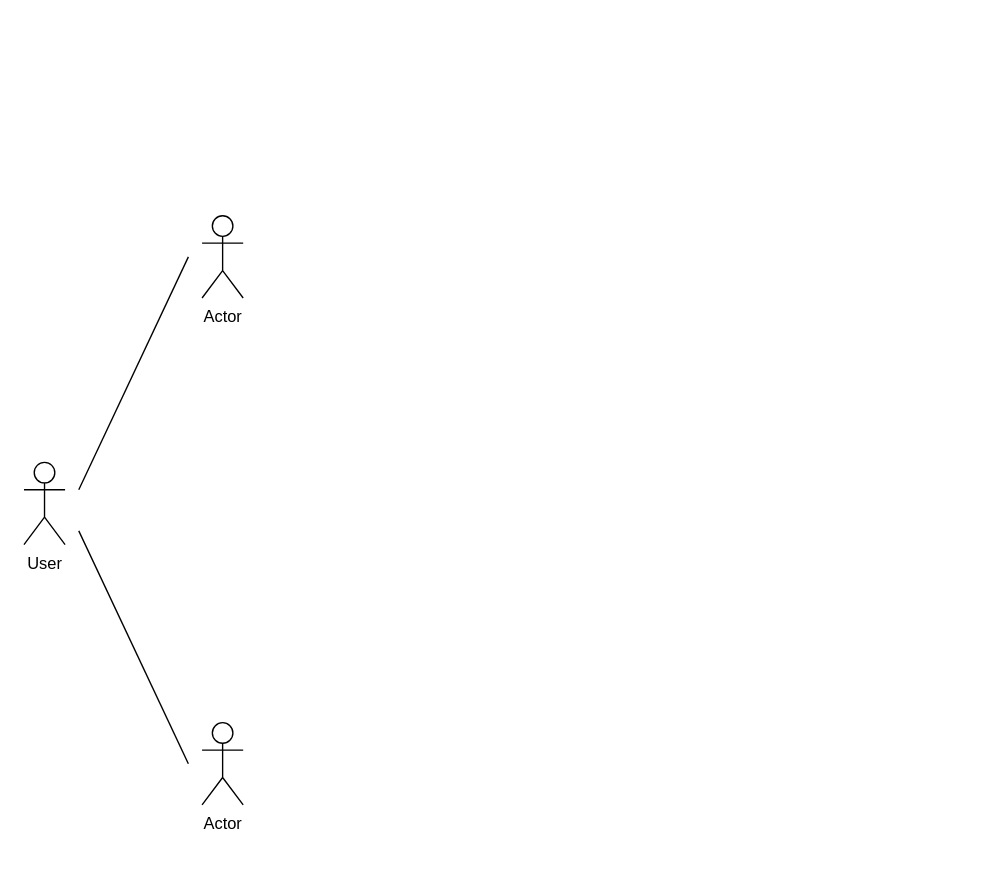
Before: design.drawio in Inco9nit0/Parental-Lock-System-Project-FYP-, a draw.io diagram. Source tidied: cells renumbered, new cells numbered last; positions are measured from the earlier drawing's top-left corner, leaving out a move shared by most shapes. Both pictures are drawn from the tidied source at 137%, with x=0, y=0 at pixel (23, 215).
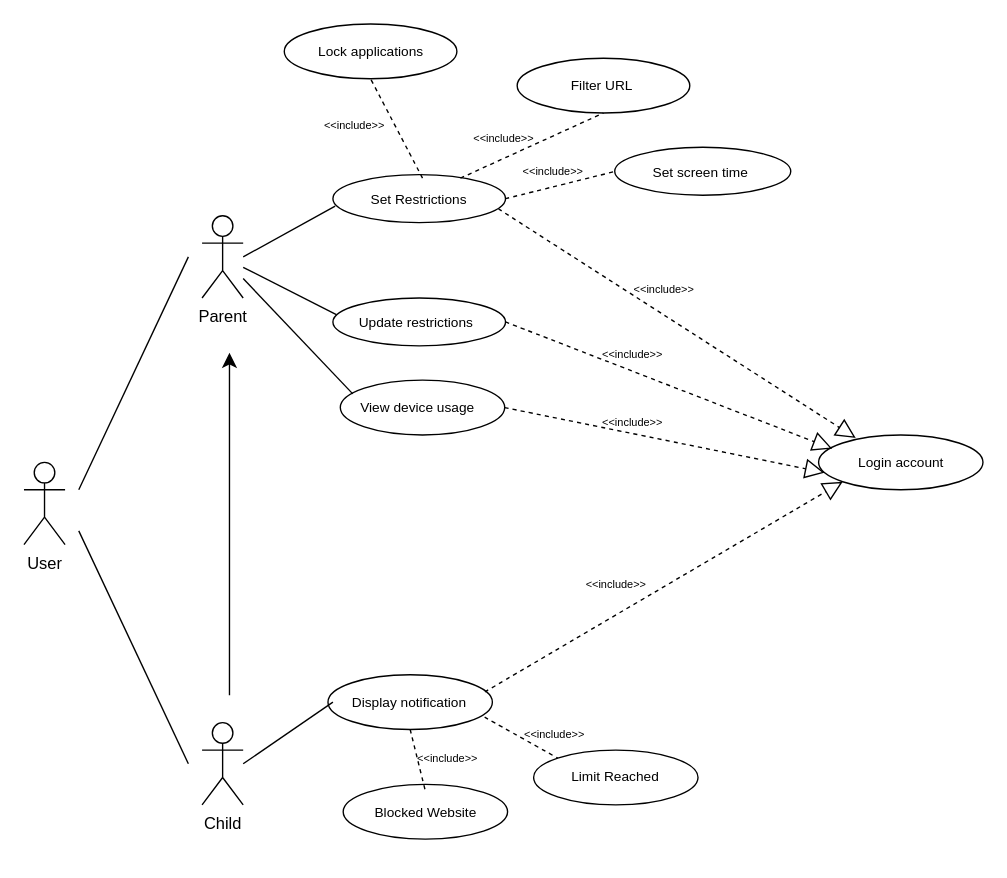
After the change.

Diff of the diagram source:
```diff
@@
-<mxGraphModel>
+<mxGraphModel background="#FFFFFF">
@@
+    <mxCell id="7" style="ellipse;whiteSpace=wrap;html=1;" parent="1" vertex="1">
+      <mxGeometry x="225.5" y="-30" width="126" height="35" as="geometry" />
+    </mxCell>
+    <mxCell id="8" style="ellipse;whiteSpace=wrap;html=1;" parent="1" vertex="1">
+      <mxGeometry x="580" y="160" width="120" height="40" as="geometry" />
+    </mxCell>
+    <mxCell id="9" style="ellipse;whiteSpace=wrap;html=1;" parent="1" vertex="1">
+      <mxGeometry x="225.5" y="60" width="126" height="35" as="geometry" />
+    </mxCell>
+    <mxCell id="10" style="ellipse;whiteSpace=wrap;html=1;" parent="1" vertex="1">
+      <mxGeometry x="360" y="-115" width="126" height="40" as="geometry" />
+    </mxCell>
@@
-    <mxCell id="3" value="Actor" style="shape=umlActor;verticalLabelPosition=bottom;verticalAlign=top;html=1;outlineConnect=0;" parent="1" vertex="1">
+    <mxCell id="3" value="Parent&lt;div&gt;&lt;br&gt;&lt;/div&gt;" style="shape=umlActor;verticalLabelPosition=bottom;verticalAlign=top;html=1;outlineConnect=0;" parent="1" vertex="1">
       <mxGeometry x="130" width="30" height="60" as="geometry" />
     </mxCell>
-    <mxCell id="4" value="Actor" style="shape=umlActor;verticalLabelPosition=bottom;verticalAlign=top;html=1;" parent="1" vertex="1">
+    <mxCell id="4" value="Child&lt;div&gt;&lt;br&gt;&lt;/div&gt;" style="shape=umlActor;verticalLabelPosition=bottom;verticalAlign=top;html=1;" parent="1" vertex="1">
       <mxGeometry x="130" y="370" width="30" height="60" as="geometry" />
     </mxCell>
@@
+    <mxCell id="11" style="endArrow=classic;html=1;rounded=0;fontSize=12;startSize=8;endSize=8;curved=1;" parent="1" edge="1">
+      <mxGeometry relative="1" as="geometry">
+        <mxPoint x="150" y="350" as="sourcePoint" />
+        <mxPoint x="150" y="100" as="targetPoint" />
+      </mxGeometry>
+    </mxCell>
+    <mxCell id="12" value="Filter URL&amp;nbsp;" style="text;html=1;align=center;verticalAlign=middle;whiteSpace=wrap;rounded=0;fontSize=10;" parent="1" vertex="1">
+      <mxGeometry x="367.5" y="-110" width="111" height="30" as="geometry" />
+    </mxCell>
+    <mxCell id="13" style="ellipse;whiteSpace=wrap;html=1;" parent="1" vertex="1">
+      <mxGeometry x="431.2" y="-50" width="128.5" height="35" as="geometry" />
+    </mxCell>
+    <mxCell id="14" value="Set screen time&amp;nbsp;" style="text;html=1;align=center;verticalAlign=middle;whiteSpace=wrap;rounded=0;fontSize=10;" parent="1" vertex="1">
+      <mxGeometry x="440" y="-47.5" width="111" height="30" as="geometry" />
+    </mxCell>
+    <mxCell id="15" style="ellipse;whiteSpace=wrap;html=1;" parent="1" vertex="1">
+      <mxGeometry x="190" y="-140" width="126" height="40" as="geometry" />
+    </mxCell>
+    <mxCell id="16" value="Lock applications" style="text;html=1;align=center;verticalAlign=middle;whiteSpace=wrap;rounded=0;fontSize=10;" parent="1" vertex="1">
+      <mxGeometry x="197.5" y="-135" width="111" height="30" as="geometry" />
+    </mxCell>
+    <mxCell id="17" style="endArrow=none;html=1;rounded=0;fontSize=12;startSize=8;endSize=8;curved=1;entryX=0.013;entryY=0.657;entryDx=0;entryDy=0;entryPerimeter=0;" parent="1" edge="1" target="7">
+      <mxGeometry relative="1" as="geometry">
+        <mxPoint x="160" y="30" as="sourcePoint" />
+      </mxGeometry>
+    </mxCell>
+    <mxCell id="18" value="Update restrictions" style="text;html=1;align=center;verticalAlign=middle;whiteSpace=wrap;rounded=0;fontSize=10;" parent="1" vertex="1">
+      <mxGeometry x="230.9" y="62.5" width="111" height="30" as="geometry" />
+    </mxCell>
+    <mxCell id="19" style="endArrow=none;html=1;rounded=0;fontSize=12;startSize=8;endSize=8;curved=1;entryX=0.02;entryY=0.348;entryDx=0;entryDy=0;entryPerimeter=0;" parent="1" edge="1" source="3" target="9">
+      <mxGeometry relative="1" as="geometry" />
+    </mxCell>
+    <mxCell id="20" style="edgeStyle=none;curved=1;rounded=0;orthogonalLoop=1;jettySize=auto;html=1;exitX=1;exitY=1;exitDx=0;exitDy=0;fontSize=12;startSize=8;endSize=8;" parent="1" edge="1">
+      <mxGeometry relative="1" as="geometry">
+        <mxPoint x="305.5" y="143.7" as="sourcePoint" />
+        <mxPoint x="305.5" y="143.7" as="targetPoint" />
+      </mxGeometry>
+    </mxCell>
+    <mxCell id="21" style="ellipse;whiteSpace=wrap;html=1;" parent="1" vertex="1">
+      <mxGeometry x="230.9" y="120" width="120" height="40" as="geometry" />
+    </mxCell>
+    <mxCell id="22" value="View device usage" style="text;html=1;align=center;verticalAlign=middle;whiteSpace=wrap;rounded=0;fontSize=10;" parent="1" vertex="1">
+      <mxGeometry x="235.4" y="125" width="104.6" height="30" as="geometry" />
+    </mxCell>
+    <mxCell id="23" style="endArrow=none;html=1;rounded=0;fontSize=12;startSize=8;endSize=8;curved=1;" parent="1" edge="1" source="3">
+      <mxGeometry relative="1" as="geometry">
+        <mxPoint x="240" y="130" as="targetPoint" />
+      </mxGeometry>
+    </mxCell>
+    <mxCell id="24" style="ellipse;whiteSpace=wrap;html=1;" parent="1" vertex="1">
+      <mxGeometry x="221.9" y="335" width="120" height="40" as="geometry" />
+    </mxCell>
+    <mxCell id="25" value="Display notification" style="text;html=1;align=center;verticalAlign=middle;whiteSpace=wrap;rounded=0;fontSize=10;" parent="1" vertex="1">
+      <mxGeometry x="225.5" y="340" width="111" height="30" as="geometry" />
+    </mxCell>
+    <mxCell id="26" style="endArrow=none;html=1;rounded=0;fontSize=12;startSize=8;endSize=8;curved=1;entryX=0;entryY=0.5;entryDx=0;entryDy=0;" parent="1" edge="1" target="25">
+      <mxGeometry relative="1" as="geometry">
+        <mxPoint x="160" y="400" as="sourcePoint" />
+      </mxGeometry>
+    </mxCell>
+    <mxCell id="27" style="ellipse;whiteSpace=wrap;html=1;" parent="1" vertex="1">
+      <mxGeometry x="372" y="390" width="120" height="40" as="geometry" />
+    </mxCell>
+    <mxCell id="28" style="ellipse;whiteSpace=wrap;html=1;" parent="1" vertex="1">
+      <mxGeometry x="233" y="415" width="120" height="40" as="geometry" />
+    </mxCell>
+    <mxCell id="29" value="Blocked Website" style="text;html=1;align=center;verticalAlign=middle;whiteSpace=wrap;rounded=0;fontSize=10;" parent="1" vertex="1">
+      <mxGeometry x="237.5" y="420" width="111" height="30" as="geometry" />
+    </mxCell>
+    <mxCell id="30" value="&amp;nbsp;Limit Reached&lt;div&gt;&lt;br/&gt;&lt;/div&gt;" style="text;html=1;align=center;verticalAlign=middle;whiteSpace=wrap;rounded=0;fontSize=10;" parent="1" vertex="1">
+      <mxGeometry x="375" y="400" width="111" height="30" as="geometry" />
+    </mxCell>
+    <mxCell id="31" style="endArrow=none;dashed=1;html=1;rounded=0;fontSize=12;startSize=8;endSize=8;curved=1;exitX=0.5;exitY=1;exitDx=0;exitDy=0;entryX=0.5;entryY=0;entryDx=0;entryDy=0;" parent="1" edge="1" source="24" target="29">
+      <mxGeometry relative="1" as="geometry" />
+    </mxCell>
+    <mxCell id="32" style="endArrow=none;dashed=1;html=1;rounded=0;fontSize=12;startSize=8;endSize=8;curved=1;exitX=0.953;exitY=0.775;exitDx=0;exitDy=0;exitPerimeter=0;entryX=0;entryY=0;entryDx=0;entryDy=0;" parent="1" edge="1" source="24" target="27">
+      <mxGeometry relative="1" as="geometry" />
+    </mxCell>
+    <mxCell id="33" value="&lt;div&gt;Login account&lt;/div&gt;" style="text;html=1;align=center;verticalAlign=middle;whiteSpace=wrap;rounded=0;fontSize=10;" parent="1" vertex="1">
+      <mxGeometry x="584.5" y="165" width="111" height="30" as="geometry" />
+    </mxCell>
+    <mxCell id="34" style="endArrow=block;dashed=1;endFill=0;endSize=12;html=1;rounded=0;fontSize=12;curved=1;exitX=1;exitY=0.75;exitDx=0;exitDy=0;entryX=0.226;entryY=0.055;entryDx=0;entryDy=0;entryPerimeter=0;" parent="1" edge="1" target="8">
+      <mxGeometry relative="1" as="geometry">
+        <mxPoint x="346.4" y="-5" as="sourcePoint" />
+      </mxGeometry>
+    </mxCell>
+    <mxCell id="35" style="endArrow=block;dashed=1;endFill=0;endSize=12;html=1;rounded=0;fontSize=12;curved=1;exitX=1;exitY=0.5;exitDx=0;exitDy=0;" parent="1" edge="1" source="9">
+      <mxGeometry relative="1" as="geometry">
+        <mxPoint x="590" y="170" as="targetPoint" />
+      </mxGeometry>
+    </mxCell>
+    <mxCell id="36" style="endArrow=block;dashed=1;endFill=0;endSize=12;html=1;rounded=0;fontSize=12;curved=1;exitX=1;exitY=0.5;exitDx=0;exitDy=0;entryX=0;entryY=0.75;entryDx=0;entryDy=0;" parent="1" edge="1" source="21" target="33">
+      <mxGeometry relative="1" as="geometry" />
+    </mxCell>
+    <mxCell id="37" style="endArrow=block;dashed=1;endFill=0;endSize=12;html=1;rounded=0;fontSize=12;curved=1;exitX=1;exitY=0.25;exitDx=0;exitDy=0;entryX=0;entryY=1;entryDx=0;entryDy=0;" parent="1" edge="1" source="25" target="8">
+      <mxGeometry relative="1" as="geometry" />
+    </mxCell>
+    <mxCell id="38" value="&amp;lt;&amp;lt;include&amp;gt;&amp;gt;" style="text;html=1;align=center;verticalAlign=middle;whiteSpace=wrap;rounded=0;fontSize=8;" parent="1" vertex="1">
+      <mxGeometry x="432.5" y="45" width="68.5" height="17.5" as="geometry" />
+    </mxCell>
+    <mxCell id="39" value="&amp;lt;&amp;lt;include&amp;gt;&amp;gt;" style="text;html=1;align=center;verticalAlign=middle;whiteSpace=wrap;rounded=0;fontSize=8;" parent="1" vertex="1">
+      <mxGeometry x="410" y="92.5" width="68.5" height="17.5" as="geometry" />
+    </mxCell>
+    <mxCell id="40" value="&amp;lt;&amp;lt;include&amp;gt;&amp;gt;" style="text;html=1;align=center;verticalAlign=middle;whiteSpace=wrap;rounded=0;fontSize=8;" parent="1" vertex="1">
+      <mxGeometry x="410" y="142.5" width="68.5" height="17.5" as="geometry" />
+    </mxCell>
+    <mxCell id="41" value="&amp;lt;&amp;lt;include&amp;gt;&amp;gt;" style="text;html=1;align=center;verticalAlign=middle;whiteSpace=wrap;rounded=0;fontSize=8;" parent="1" vertex="1">
+      <mxGeometry x="397.8" y="260" width="68.5" height="17.5" as="geometry" />
+    </mxCell>
+    <mxCell id="42" style="endArrow=none;dashed=1;html=1;rounded=0;fontSize=12;startSize=8;endSize=8;curved=1;exitX=0.5;exitY=0;exitDx=0;exitDy=0;entryX=0.5;entryY=1;entryDx=0;entryDy=0;" parent="1" edge="1" target="15">
+      <mxGeometry relative="1" as="geometry">
+        <mxPoint x="290.9" y="-27.5" as="sourcePoint" />
+      </mxGeometry>
+    </mxCell>
+    <mxCell id="43" style="endArrow=none;dashed=1;html=1;rounded=0;fontSize=12;startSize=8;endSize=8;curved=1;exitX=0.75;exitY=0;exitDx=0;exitDy=0;entryX=0.5;entryY=1;entryDx=0;entryDy=0;" parent="1" edge="1" target="10">
+      <mxGeometry relative="1" as="geometry">
+        <mxPoint x="318.6" y="-27.5" as="sourcePoint" />
+      </mxGeometry>
+    </mxCell>
+    <mxCell id="44" style="endArrow=none;dashed=1;html=1;rounded=0;fontSize=12;startSize=8;endSize=8;curved=1;exitX=1;exitY=0.5;exitDx=0;exitDy=0;" parent="1" edge="1" source="7">
+      <mxGeometry relative="1" as="geometry">
+        <mxPoint x="430" y="-32" as="targetPoint" />
+      </mxGeometry>
+    </mxCell>
+    <mxCell id="45" value="&amp;lt;&amp;lt;include&amp;gt;&amp;gt;" style="text;html=1;align=center;verticalAlign=middle;whiteSpace=wrap;rounded=0;fontSize=8;" parent="1" vertex="1">
+      <mxGeometry x="353" y="370" width="68.5" height="17.5" as="geometry" />
+    </mxCell>
+    <mxCell id="46" value="&amp;lt;&amp;lt;include&amp;gt;&amp;gt;" style="text;html=1;align=center;verticalAlign=middle;whiteSpace=wrap;rounded=0;fontSize=8;" parent="1" vertex="1">
+      <mxGeometry x="275" y="387.5" width="68.5" height="17.5" as="geometry" />
+    </mxCell>
+    <mxCell id="47" value="&amp;lt;&amp;lt;include&amp;gt;&amp;gt;" style="text;html=1;align=center;verticalAlign=middle;whiteSpace=wrap;rounded=0;fontSize=8;" parent="1" vertex="1">
+      <mxGeometry x="206.5" y="-75" width="68.5" height="17.5" as="geometry" />
+    </mxCell>
+    <mxCell id="48" value="&amp;lt;&amp;lt;include&amp;gt;&amp;gt;" style="text;html=1;align=center;verticalAlign=middle;whiteSpace=wrap;rounded=0;fontSize=8;" parent="1" vertex="1">
+      <mxGeometry x="316" y="-65" width="68.5" height="17.5" as="geometry" />
+    </mxCell>
+    <mxCell id="49" value="&amp;lt;&amp;lt;include&amp;gt;&amp;gt;" style="text;html=1;align=center;verticalAlign=middle;whiteSpace=wrap;rounded=0;fontSize=8;" parent="1" vertex="1">
+      <mxGeometry x="351.5" y="-41.2" width="68.5" height="17.5" as="geometry" />
+    </mxCell>
+    <mxCell id="50" value="Set Restrictions" style="text;html=1;align=center;verticalAlign=middle;whiteSpace=wrap;rounded=0;fontSize=10;" parent="1" vertex="1">
+      <mxGeometry x="233" y="-27.5" width="111" height="30" as="geometry" />
+    </mxCell>
```
